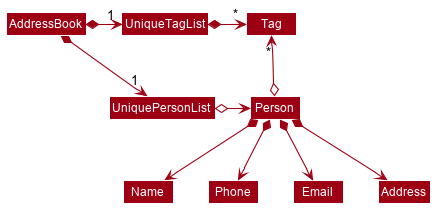
nus-cs2103-AY2021S2/tp keeps this PlantUML diagram as docs/images/BetterModelClassDiagram.png. Above is the earlier version.
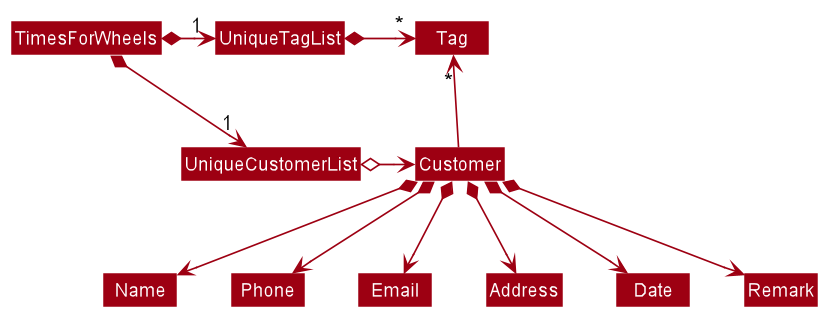
The same file after the commit.

Commit message:
Update Model Class Diagram

Diff of the diagram source:
```diff
@@ -1,68 +1,23 @@
 @startuml
+!include style.puml
+skinparam arrowThickness 1.1
+skinparam arrowColor MODEL_COLOR
+skinparam classBackgroundColor MODEL_COLOR
 
-
-
-
-
-
-
-
-skinparam BackgroundColor #FFFFFFF
-
-skinparam Shadowing false
-
-skinparam Class {
-    FontColor #FFFFFF
-    BorderThickness 1
-    BorderColor #FFFFFF
-    StereotypeFontColor #FFFFFF
-    FontName Arial
-}
-
-skinparam Actor {
-    BorderColor #000000
-    Color #000000
-    FontName Arial
-}
-
-skinparam Sequence {
-    MessageAlign center
-    BoxFontSize 15
-    BoxPadding 0
-    BoxFontColor #FFFFFF
-    FontName Arial
-}
-
-skinparam Participant {
-    FontColor #FFFFFFF
-    Padding 20
-}
-
-skinparam MinClassWidth 50
-skinparam ParticipantPadding 10
-skinparam Shadowing false
-skinparam DefaultTextAlignment center
-skinparam packageStyle Rectangle
-
-hide footbox
-hide members
-hide circle
-skinparam arrowThickness 1.1
-skinparam arrowColor #9D0012
-skinparam classBackgroundColor #9D0012
-
-AddressBook *-right-> "1" UniquePersonList
-AddressBook *-right-> "1" UniqueTagList
-UniqueTagList -[hidden]down- UniquePersonList
-UniqueTagList -[hidden]down- UniquePersonList
+TimesForWheels *-right-> "1" UniqueCustomerList
+TimesForWheels *-right-> "1" UniqueTagList
+UniqueTagList -[hidden]down- UniqueCustomerList
+UniqueTagList -[hidden]down- UniqueCustomerList
 
 UniqueTagList *-right-> "*" Tag
-UniquePersonList o-right-> Person
+UniqueCustomerList o-right-> Customer
 
-Person o-up-> "*" Tag
+Customer -up-> "*" Tag
 
-Person *--> Name
-Person *--> Phone
-Person *--> Email
-Person *--> Address
+Customer *--> Name
+Customer *--> Phone
+Customer *--> Email
+Customer *--> Address
+Customer *--> Date
+Customer *--> Remark
 @enduml
```
